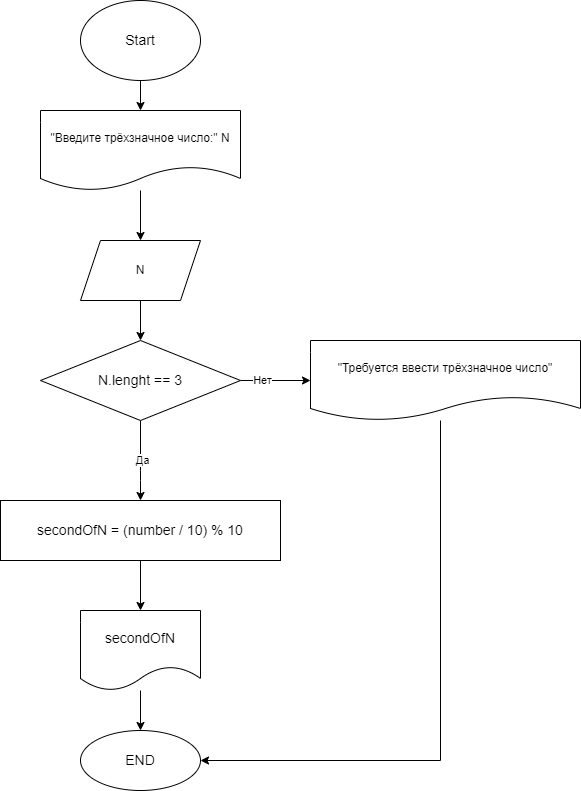
Above: Homework/Homework_02/Ex013/diagram.drawio.png in shenlindao/CSharp (draw.io), before the change. Source tidied: cells renumbered, new cells last; positions are measured from the earlier drawing's top-left corner, leaving out a move shared by most shapes. The source it was exported from:
```xml
<mxGraphModel>
  <root>
    <mxCell id="0" />
    <mxCell id="1" parent="0" />
    <mxCell id="2" style="edgeStyle=none;html=1;" parent="1" edge="1" source="3" target="15">
      <mxGeometry relative="1" as="geometry" />
    </mxCell>
    <mxCell id="3" value="&lt;font style=&quot;font-size: 14px;&quot;&gt;Start&lt;/font&gt;" style="ellipse;whiteSpace=wrap;html=1;" parent="1" vertex="1">
      <mxGeometry x="80" width="120" height="80" as="geometry" />
    </mxCell>
    <mxCell id="4" style="edgeStyle=none;html=1;fontSize=14;entryX=0.5;entryY=0;entryDx=0;entryDy=0;" parent="1" edge="1">
      <mxGeometry relative="1" as="geometry">
        <mxPoint x="140" y="300" as="sourcePoint" />
        <mxPoint x="140" y="340" as="targetPoint" />
      </mxGeometry>
    </mxCell>
    <mxCell id="5" value="END" style="ellipse;whiteSpace=wrap;html=1;fontSize=14;" parent="1" vertex="1">
      <mxGeometry x="80" y="730" width="120" height="60" as="geometry" />
    </mxCell>
    <mxCell id="6" style="edgeStyle=none;html=1;" parent="1" edge="1" source="10" target="18">
      <mxGeometry relative="1" as="geometry" />
    </mxCell>
    <mxCell id="7" value="Нет" style="edgeLabel;html=1;align=center;verticalAlign=middle;" parent="6" vertex="1">
      <mxGeometry x="-0.4" y="1" relative="1" as="geometry" />
    </mxCell>
    <mxCell id="8" style="edgeStyle=none;html=1;" parent="1" edge="1" source="10" target="19">
      <mxGeometry relative="1" as="geometry">
        <Array as="points">
          <mxPoint x="140" y="470" />
        </Array>
      </mxGeometry>
    </mxCell>
    <mxCell id="9" value="Да" style="edgeLabel;html=1;align=center;verticalAlign=middle;" parent="8" vertex="1">
      <mxGeometry x="-0.02" y="1" relative="1" as="geometry" />
    </mxCell>
    <mxCell id="10" value="N.lenght == 3" style="rhombus;whiteSpace=wrap;html=1;fontSize=14;" parent="1" vertex="1">
      <mxGeometry x="40" y="340" width="200" height="80" as="geometry" />
    </mxCell>
    <mxCell id="11" style="edgeStyle=none;html=1;fontSize=14;" parent="1" edge="1">
      <mxGeometry relative="1" as="geometry">
        <mxPoint x="140" y="560" as="sourcePoint" />
        <mxPoint x="140" y="610" as="targetPoint" />
      </mxGeometry>
    </mxCell>
    <mxCell id="12" style="edgeStyle=none;html=1;fontSize=14;" parent="1" edge="1" source="13" target="5">
      <mxGeometry relative="1" as="geometry" />
    </mxCell>
    <mxCell id="13" value="secondOfN" style="shape=document;whiteSpace=wrap;html=1;boundedLbl=1;fontSize=14;" parent="1" vertex="1">
      <mxGeometry x="80" y="610" width="120" height="80" as="geometry" />
    </mxCell>
    <mxCell id="14" style="edgeStyle=none;html=1;" parent="1" edge="1" source="15" target="16">
      <mxGeometry relative="1" as="geometry" />
    </mxCell>
    <mxCell id="15" value="&quot;Введите трёхзначное число:&quot; N" style="shape=document;whiteSpace=wrap;html=1;boundedLbl=1;" parent="1" vertex="1">
      <mxGeometry x="40" y="110" width="200" height="80" as="geometry" />
    </mxCell>
    <mxCell id="16" value="N" style="shape=parallelogram;perimeter=parallelogramPerimeter;whiteSpace=wrap;html=1;fixedSize=1;" parent="1" vertex="1">
      <mxGeometry x="80" y="240" width="120" height="60" as="geometry" />
    </mxCell>
    <mxCell id="17" style="edgeStyle=orthogonalEdgeStyle;html=1;entryX=1;entryY=0.5;entryDx=0;entryDy=0;rounded=0;" parent="1" edge="1" source="18" target="5">
      <mxGeometry relative="1" as="geometry">
        <Array as="points">
          <mxPoint x="440" y="760" />
        </Array>
      </mxGeometry>
    </mxCell>
    <mxCell id="18" value="&quot;Требуется ввести трёхзначное число&quot;" style="shape=document;whiteSpace=wrap;html=1;boundedLbl=1;" parent="1" vertex="1">
      <mxGeometry x="310" y="340" width="270" height="80" as="geometry" />
    </mxCell>
    <mxCell id="19" value="secondOfN = (number / 10) % 10" style="whiteSpace=wrap;html=1;fontSize=14;" parent="1" vertex="1">
      <mxGeometry y="500" width="280" height="60" as="geometry" />
    </mxCell>
  </root>
</mxGraphModel>
```
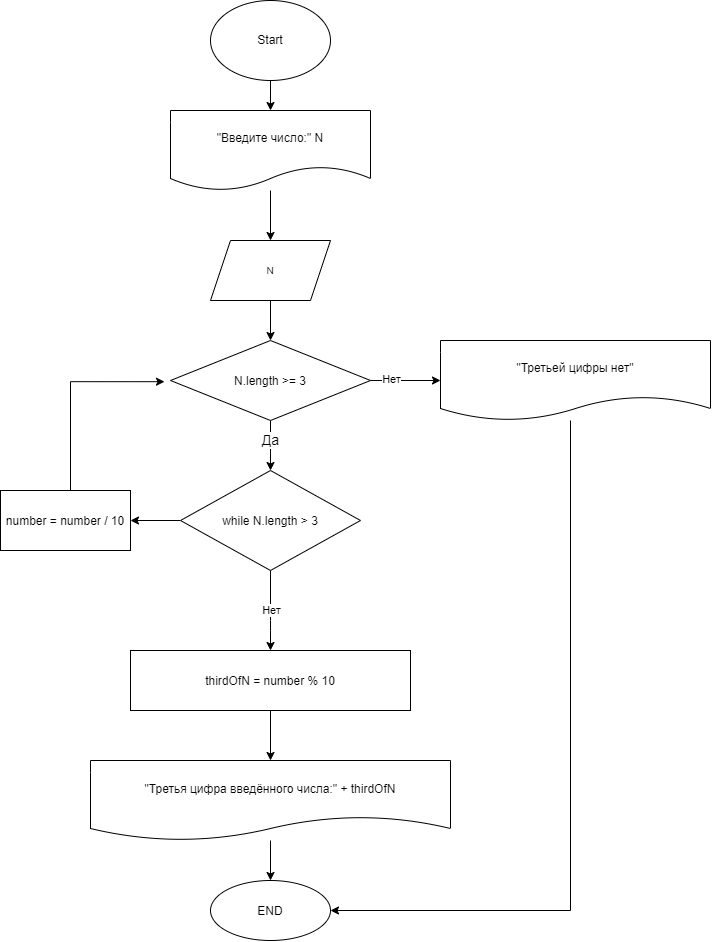
After the change.

Commit message:
Homework_02_Ex013_fix_diagram

What changed in the source:
```diff
@@ -5,7 +5,7 @@
     <mxCell id="2" style="edgeStyle=none;html=1;" parent="1" edge="1" source="3" target="15">
       <mxGeometry relative="1" as="geometry" />
     </mxCell>
-    <mxCell id="3" value="&lt;font style=&quot;font-size: 14px;&quot;&gt;Start&lt;/font&gt;" style="ellipse;whiteSpace=wrap;html=1;" parent="1" vertex="1">
+    <mxCell id="3" value="&lt;font style=&quot;font-size: 12px;&quot;&gt;Start&lt;/font&gt;" style="ellipse;whiteSpace=wrap;html=1;" parent="1" vertex="1">
       <mxGeometry x="80" width="120" height="80" as="geometry" />
     </mxCell>
     <mxCell id="4" style="edgeStyle=none;html=1;fontSize=14;entryX=0.5;entryY=0;entryDx=0;entryDy=0;" parent="1" edge="1">
@@ -14,8 +14,8 @@
         <mxPoint x="140" y="340" as="targetPoint" />
       </mxGeometry>
     </mxCell>
-    <mxCell id="5" value="END" style="ellipse;whiteSpace=wrap;html=1;fontSize=14;" parent="1" vertex="1">
-      <mxGeometry x="80" y="730" width="120" height="60" as="geometry" />
+    <mxCell id="5" value="&lt;font style=&quot;font-size: 12px;&quot;&gt;END&lt;/font&gt;" style="ellipse;whiteSpace=wrap;html=1;fontSize=14;" parent="1" vertex="1">
+      <mxGeometry x="80" y="880" width="120" height="60" as="geometry" />
     </mxCell>
     <mxCell id="6" style="edgeStyle=none;html=1;" parent="1" edge="1" source="10" target="18">
       <mxGeometry relative="1" as="geometry" />
@@ -23,52 +23,75 @@
     <mxCell id="7" value="Нет" style="edgeLabel;html=1;align=center;verticalAlign=middle;" parent="6" vertex="1">
       <mxGeometry x="-0.4" y="1" relative="1" as="geometry" />
     </mxCell>
-    <mxCell id="8" style="edgeStyle=none;html=1;" parent="1" edge="1" source="10" target="19">
+    <mxCell id="8" style="edgeStyle=none;html=1;" parent="1" edge="1" target="19">
       <mxGeometry relative="1" as="geometry">
+        <mxPoint x="140" y="570" as="sourcePoint" />
         <Array as="points">
-          <mxPoint x="140" y="470" />
+          <mxPoint x="140" y="620" />
         </Array>
       </mxGeometry>
     </mxCell>
-    <mxCell id="9" value="Да" style="edgeLabel;html=1;align=center;verticalAlign=middle;" parent="8" vertex="1">
+    <mxCell id="9" value="Нет" style="edgeLabel;html=1;align=center;verticalAlign=middle;" parent="8" vertex="1">
       <mxGeometry x="-0.02" y="1" relative="1" as="geometry" />
     </mxCell>
+    <mxCell id="20" style="edgeStyle=none;html=1;fontSize=14;" parent="1" edge="1" source="10" target="23">
+      <mxGeometry relative="1" as="geometry" />
+    </mxCell>
+    <mxCell id="21" value="Да" style="edgeLabel;html=1;align=center;verticalAlign=middle;fontSize=14;" parent="20" vertex="1">
+      <mxGeometry x="-0.19" relative="1" as="geometry" />
+    </mxCell>
-    <mxCell id="10" value="N.lenght == 3" style="rhombus;whiteSpace=wrap;html=1;fontSize=14;" parent="1" vertex="1">
+    <mxCell id="10" value="&lt;font style=&quot;font-size: 12px;&quot;&gt;N.length &amp;gt;= 3&lt;/font&gt;" style="rhombus;whiteSpace=wrap;html=1;fontSize=14;" parent="1" vertex="1">
       <mxGeometry x="40" y="340" width="200" height="80" as="geometry" />
     </mxCell>
     <mxCell id="11" style="edgeStyle=none;html=1;fontSize=14;" parent="1" edge="1">
       <mxGeometry relative="1" as="geometry">
-        <mxPoint x="140" y="560" as="sourcePoint" />
-        <mxPoint x="140" y="610" as="targetPoint" />
+        <mxPoint x="140" y="710" as="sourcePoint" />
+        <mxPoint x="140" y="760" as="targetPoint" />
       </mxGeometry>
     </mxCell>
     <mxCell id="12" style="edgeStyle=none;html=1;fontSize=14;" parent="1" edge="1" source="13" target="5">
       <mxGeometry relative="1" as="geometry" />
     </mxCell>
-    <mxCell id="13" value="secondOfN" style="shape=document;whiteSpace=wrap;html=1;boundedLbl=1;fontSize=14;" parent="1" vertex="1">
-      <mxGeometry x="80" y="610" width="120" height="80" as="geometry" />
+    <mxCell id="13" value="&lt;font style=&quot;font-size: 12px;&quot;&gt;&quot;Третья цифра введённого числа:&quot; + thirdOfN&lt;/font&gt;" style="shape=document;whiteSpace=wrap;html=1;boundedLbl=1;fontSize=14;" parent="1" vertex="1">
+      <mxGeometry x="-40" y="760" width="360" height="80" as="geometry" />
     </mxCell>
     <mxCell id="14" style="edgeStyle=none;html=1;" parent="1" edge="1" source="15" target="16">
       <mxGeometry relative="1" as="geometry" />
     </mxCell>
-    <mxCell id="15" value="&quot;Введите трёхзначное число:&quot; N" style="shape=document;whiteSpace=wrap;html=1;boundedLbl=1;" parent="1" vertex="1">
+    <mxCell id="15" value="&lt;font style=&quot;font-size: 12px;&quot;&gt;&quot;Введите число:&quot; N&lt;/font&gt;" style="shape=document;whiteSpace=wrap;html=1;boundedLbl=1;" parent="1" vertex="1">
       <mxGeometry x="40" y="110" width="200" height="80" as="geometry" />
     </mxCell>
-    <mxCell id="16" value="N" style="shape=parallelogram;perimeter=parallelogramPerimeter;whiteSpace=wrap;html=1;fixedSize=1;" parent="1" vertex="1">
+    <mxCell id="16" value="&lt;font style=&quot;font-size: 10px;&quot;&gt;N&lt;/font&gt;" style="shape=parallelogram;perimeter=parallelogramPerimeter;whiteSpace=wrap;html=1;fixedSize=1;" parent="1" vertex="1">
       <mxGeometry x="80" y="240" width="120" height="60" as="geometry" />
     </mxCell>
     <mxCell id="17" style="edgeStyle=orthogonalEdgeStyle;html=1;entryX=1;entryY=0.5;entryDx=0;entryDy=0;rounded=0;" parent="1" edge="1" source="18" target="5">
       <mxGeometry relative="1" as="geometry">
         <Array as="points">
-          <mxPoint x="440" y="760" />
+          <mxPoint x="440" y="910" />
         </Array>
       </mxGeometry>
     </mxCell>
-    <mxCell id="18" value="&quot;Требуется ввести трёхзначное число&quot;" style="shape=document;whiteSpace=wrap;html=1;boundedLbl=1;" parent="1" vertex="1">
+    <mxCell id="18" value="&lt;font style=&quot;font-size: 12px;&quot;&gt;&quot;Третьей цифры нет&quot;&lt;/font&gt;" style="shape=document;whiteSpace=wrap;html=1;boundedLbl=1;" parent="1" vertex="1">
       <mxGeometry x="310" y="340" width="270" height="80" as="geometry" />
     </mxCell>
-    <mxCell id="19" value="secondOfN = (number / 10) % 10" style="whiteSpace=wrap;html=1;fontSize=14;" parent="1" vertex="1">
-      <mxGeometry y="500" width="280" height="60" as="geometry" />
+    <mxCell id="19" value="&lt;font style=&quot;font-size: 12px;&quot;&gt;thirdOfN = number % 10&lt;/font&gt;" style="whiteSpace=wrap;html=1;fontSize=14;" parent="1" vertex="1">
+      <mxGeometry y="650" width="280" height="60" as="geometry" />
     </mxCell>
+    <mxCell id="22" style="edgeStyle=none;html=1;fontSize=14;" parent="1" edge="1" source="23" target="25">
+      <mxGeometry relative="1" as="geometry" />
+    </mxCell>
+    <mxCell id="23" value="&lt;font style=&quot;font-size: 12px;&quot;&gt;while N.length &amp;gt; 3&lt;/font&gt;" style="rhombus;whiteSpace=wrap;html=1;fontSize=14;" parent="1" vertex="1">
+      <mxGeometry x="50" y="470" width="180" height="100" as="geometry" />
+    </mxCell>
+    <mxCell id="24" style="edgeStyle=orthogonalEdgeStyle;html=1;fontSize=14;rounded=0;entryX=-0.03;entryY=0.515;entryDx=0;entryDy=0;entryPerimeter=0;" parent="1" edge="1" source="25" target="10">
+      <mxGeometry relative="1" as="geometry">
+        <Array as="points">
+          <mxPoint x="-60" y="381" />
+        </Array>
+      </mxGeometry>
+    </mxCell>
+    <mxCell id="25" value="&lt;font style=&quot;font-size: 12px;&quot;&gt;number = number / 10&lt;/font&gt;" style="whiteSpace=wrap;html=1;fontSize=14;" parent="1" vertex="1">
+      <mxGeometry x="-130" y="490" width="130" height="60" as="geometry" />
+    </mxCell>
   </root>
 </mxGraphModel>
```
